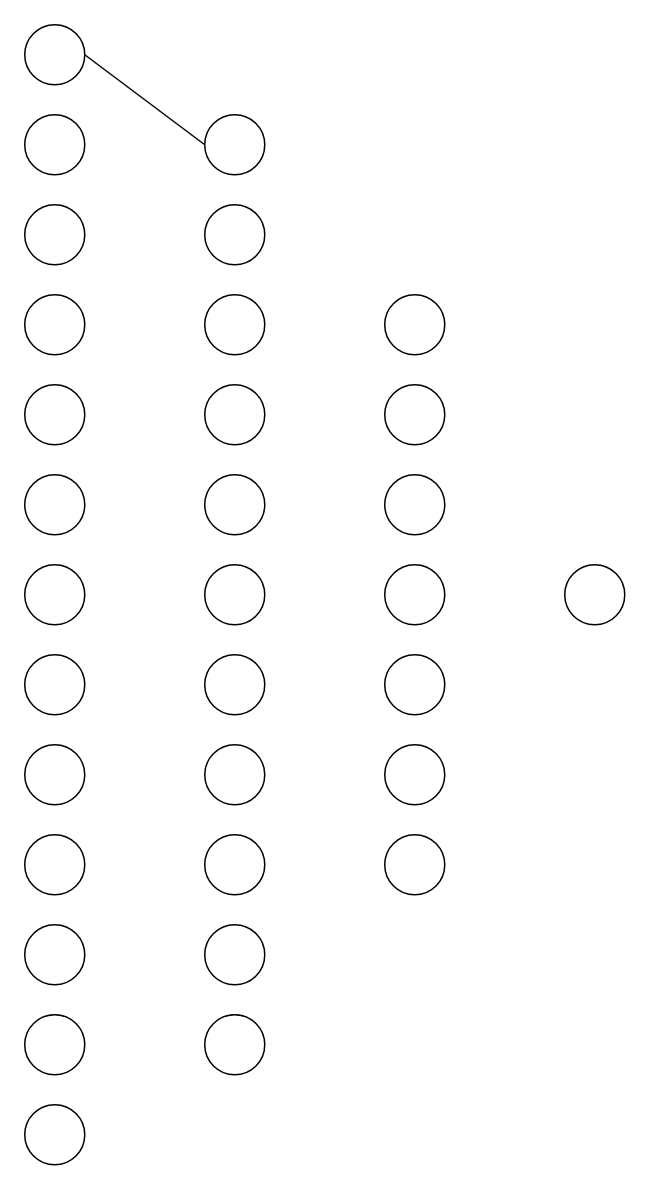
The draw.io diagram images/Untitled Diagram.drawio in yang-shuai-yu/yang-shuai-yu.github.io, before the edit. Source tidied: cells renumbered, new cells numbered last; positions are measured from the earlier drawing's top-left corner, leaving out a move shared by most shapes. Both pictures are drawn from the tidied source at 150%, with x=0, y=0 at pixel (24, 24).
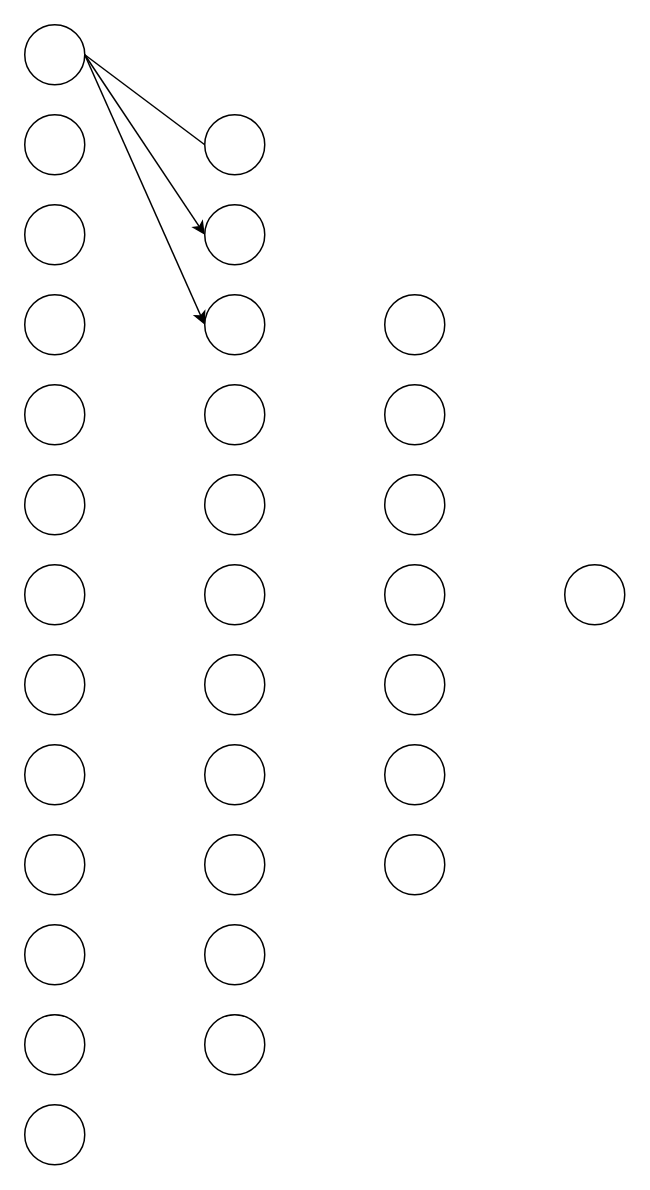
Above is the later version.

Unchanged cells that the change refers to:
```xml
<mxCell id="2" style="ellipse;whiteSpace=wrap;html=1;" parent="1" vertex="1">
  <mxGeometry width="40" height="40" as="geometry" />
</mxCell>
<mxCell id="19" style="ellipse;whiteSpace=wrap;html=1;" parent="1" vertex="1">
  <mxGeometry x="120" y="180" width="40" height="40" as="geometry" />
</mxCell>
<mxCell id="20" style="ellipse;whiteSpace=wrap;html=1;" parent="1" vertex="1">
  <mxGeometry x="120" y="120" width="40" height="40" as="geometry" />
</mxCell>
```

Diff of the diagram source:
```diff
@@
+    <mxCell id="45" style="edgeStyle=orthogonalEdgeStyle;rounded=0;jettySize=auto;html=1;exitX=1;exitY=0.5;exitDx=0;exitDy=0;" parent="1" edge="1" source="2">
+      <mxGeometry relative="1" as="geometry">
+        <mxPoint x="40" y="20" as="targetPoint" />
+      </mxGeometry>
+    </mxCell>
@@
+    <mxCell id="46" style="endArrow=classic;html=1;rounded=0;exitX=1;exitY=0.5;exitDx=0;exitDy=0;entryX=0;entryY=0.5;entryDx=0;entryDy=0;" parent="1" edge="1" source="2" target="20">
+      <mxGeometry relative="1" as="geometry" />
+    </mxCell>
+    <mxCell id="47" style="endArrow=classic;html=1;rounded=0;exitX=1;exitY=0.5;exitDx=0;exitDy=0;entryX=0;entryY=0.5;entryDx=0;entryDy=0;" parent="1" edge="1" source="2" target="19">
+      <mxGeometry relative="1" as="geometry" />
+    </mxCell>
```
